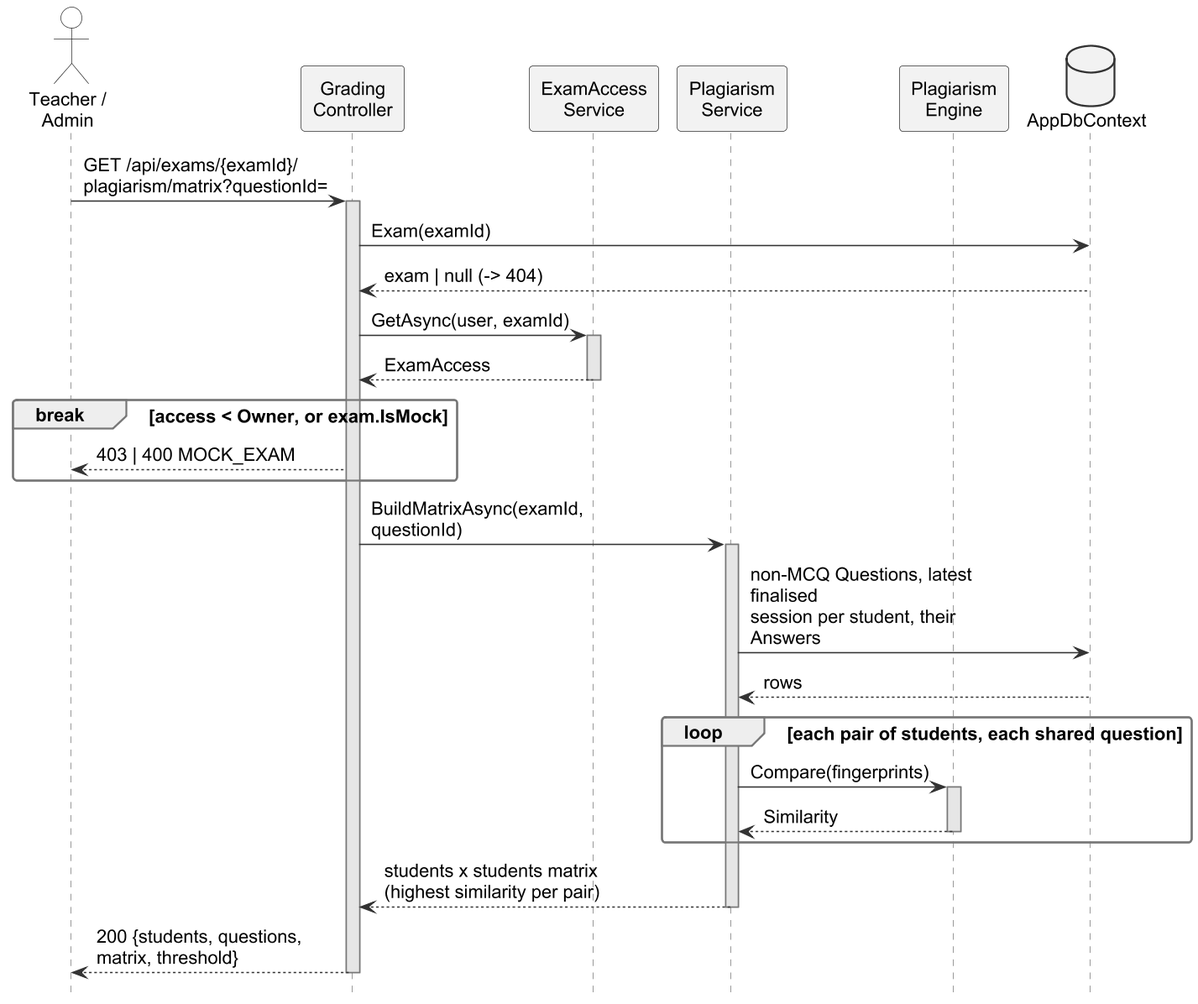
The PlantUML diagram important docs/fyp_doc_3chatp/Figures/seq_plagiarism_matrix.png in Haiderali27-hub/AI-Lab-Monitoring-, before a commit. The source it was exported from:
```plantuml
@startuml
!include style.iuml
skinparam defaultFontSize 14
skinparam ArrowFontSize 14
skinparam maxMessageSize 200
hide footbox
skinparam ParticipantPadding 2
skinparam BoxPadding 0
skinparam sequence {
  MessageAlign left
  LifeLineBackgroundColor #E6E6E6
}

actor "Teacher /\nAdmin" as T
participant "Grading\nController" as GC
participant "ExamAccess\nService" as EA
participant "Plagiarism\nService" as PS
participant "Plagiarism\nEngine" as PE
database "AppDbContext" as DB

T -> GC : GET /api/exams/{examId}/\nplagiarism/matrix?questionId=
activate GC
GC -> DB : Exam(examId)
DB --> GC : exam | null (-> 404)
GC -> EA : GetAsync(user, examId)
activate EA
EA --> GC : ExamAccess
deactivate EA
break access < Owner, or exam.IsMock
  GC --> T : 403 | 400 MOCK_EXAM
end
GC -> PS : BuildMatrixAsync(examId, questionId)
activate PS
PS -> DB : non-MCQ Questions, latest finalised\nsession per student, their Answers
DB --> PS : rows
loop each pair of students, each shared question
  PS -> PE : Compare(fingerprints)
  activate PE
  PE --> PS : Similarity
  deactivate PE
end
PS --> GC : students x students matrix\n(highest similarity per pair)
deactivate PS
GC --> T : 200 {students, questions,\nmatrix, threshold}
deactivate GC
@enduml
```
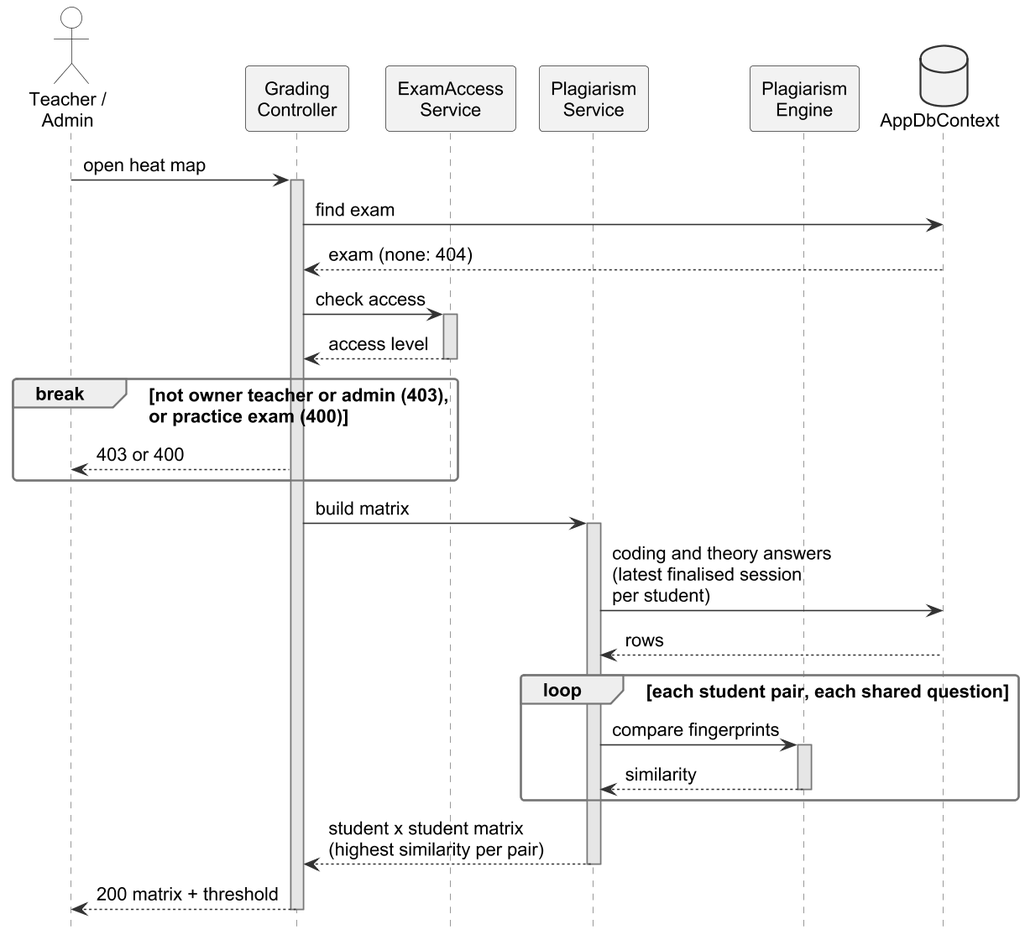
Above is the later version.

What changed in the source:
```diff
@@ -2,9 +2,9 @@
 !include style.iuml
 skinparam defaultFontSize 14
 skinparam ArrowFontSize 14
-skinparam maxMessageSize 200
+skinparam maxMessageSize 220
 hide footbox
-skinparam ParticipantPadding 2
+skinparam ParticipantPadding 4
 skinparam BoxPadding 0
 skinparam sequence {
   MessageAlign left
@@ -18,29 +18,29 @@
 participant "Plagiarism\nEngine" as PE
 database "AppDbContext" as DB
 
-T -> GC : GET /api/exams/{examId}/\nplagiarism/matrix?questionId=
+T -> GC : open heat map
 activate GC
-GC -> DB : Exam(examId)
-DB --> GC : exam | null (-> 404)
-GC -> EA : GetAsync(user, examId)
+GC -> DB : find exam
+DB --> GC : exam (none: 404)
+GC -> EA : check access
 activate EA
-EA --> GC : ExamAccess
+EA --> GC : access level
 deactivate EA
-break access < Owner, or exam.IsMock
-  GC --> T : 403 | 400 MOCK_EXAM
+break not owner teacher or admin (403),\nor practice exam (400)
+  GC --> T : 403 or 400
 end
-GC -> PS : BuildMatrixAsync(examId, questionId)
+GC -> PS : build matrix
 activate PS
-PS -> DB : non-MCQ Questions, latest finalised\nsession per student, their Answers
+PS -> DB : coding and theory answers\n(latest finalised session\nper student)
 DB --> PS : rows
-loop each pair of students, each shared question
-  PS -> PE : Compare(fingerprints)
+loop each student pair, each shared question
+  PS -> PE : compare fingerprints
   activate PE
-  PE --> PS : Similarity
+  PE --> PS : similarity
   deactivate PE
 end
-PS --> GC : students x students matrix\n(highest similarity per pair)
+PS --> GC : student x student matrix\n(highest similarity per pair)
 deactivate PS
-GC --> T : 200 {students, questions,\nmatrix, threshold}
+GC --> T : 200 matrix + threshold
 deactivate GC
 @enduml
```
